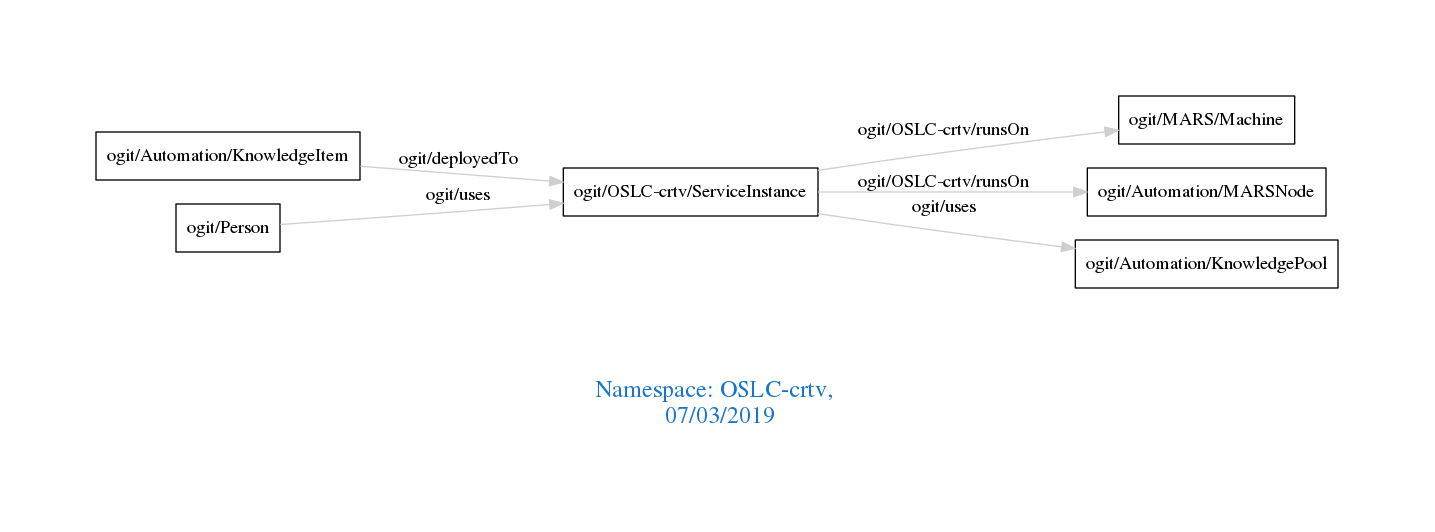
arago/OGIT keeps this Graphviz diagram as downloads/OSLC-crtv.png. Above is the earlier version. Its source is kept beside it as downloads/OSLC-crtv.dot.
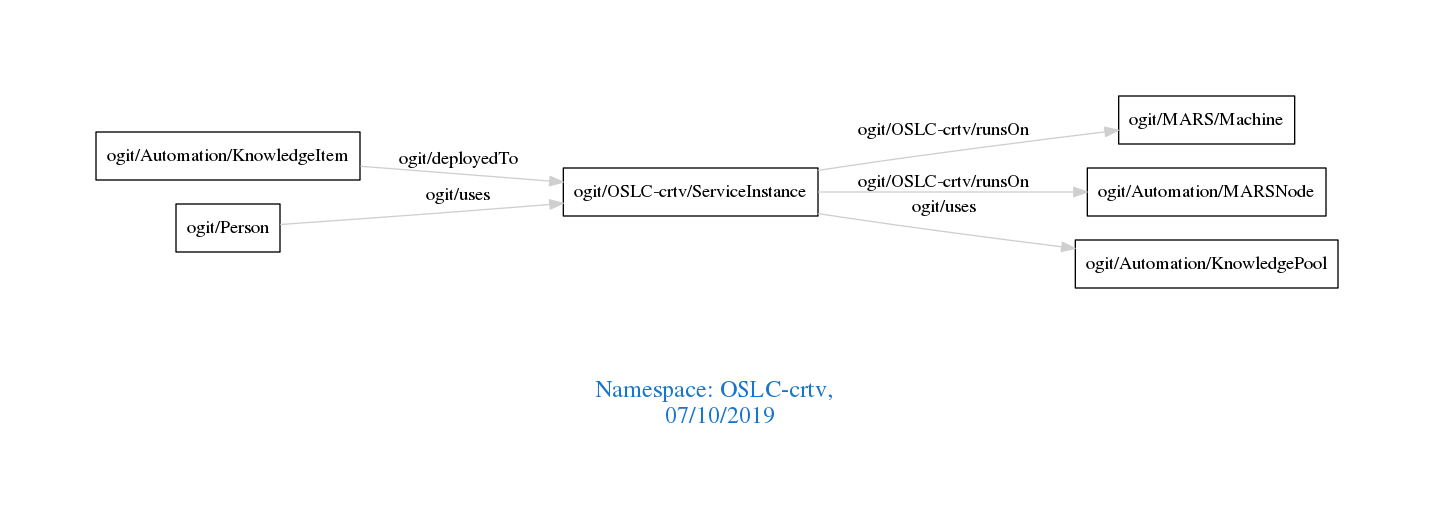
After the change.

The edit, as a diff of the source:
```diff
@@ -1,7 +1,7 @@
 digraph OGIT_ontology {
  graph [ rankdir= LR,pad=1
 fontsize = 18,
-fontcolor= dodgerblue3,label = "\n\n\nNamespace: OSLC-crtv, \n 07/03/2019"];
+fontcolor= dodgerblue3,label = "\n\n\nNamespace: OSLC-crtv, \n 07/10/2019"];
 node[shape=polygon];
 edge [  color="gray81"];
 
```
